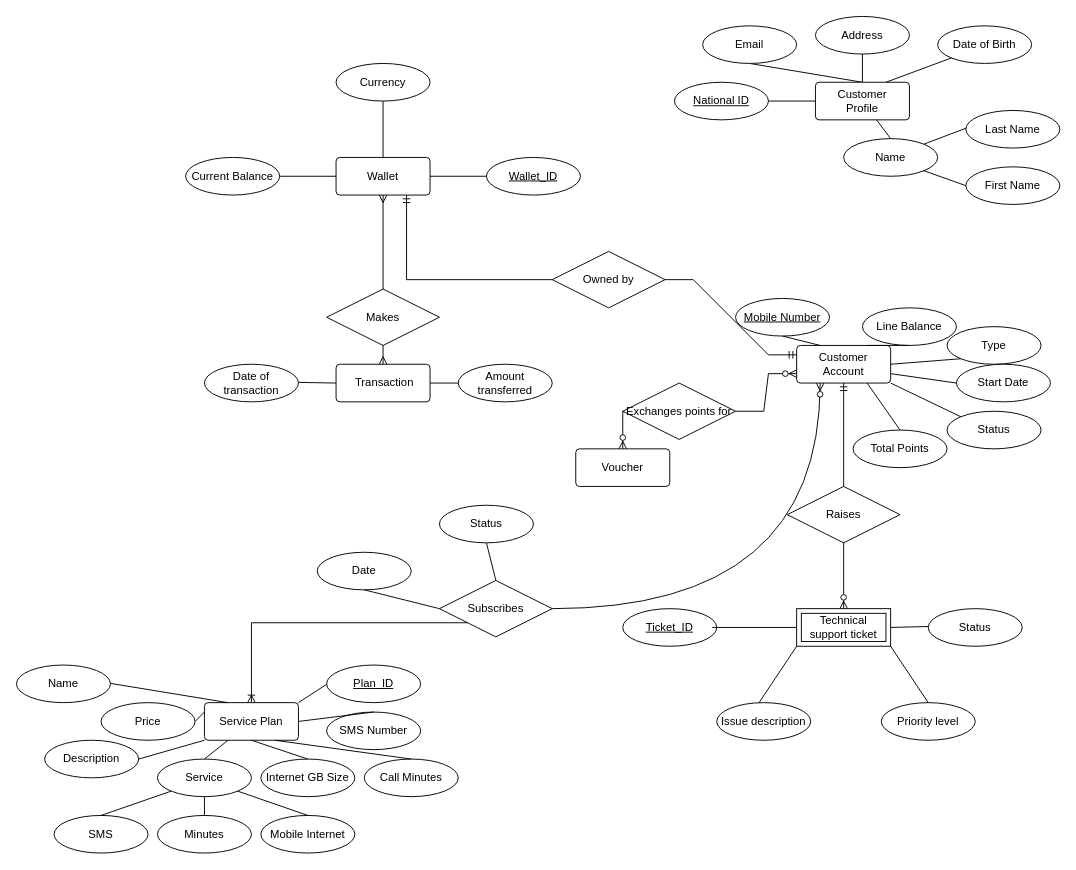
Earlier version of the draw.io diagram Untitled Diagram.drawio (itsfadymate/Customer-Data-Management-System). Source tidied: cells renumbered, new cells numbered last; positions are measured from the earlier drawing's top-left corner, leaving out a move shared by most shapes. Both pictures are drawn from the tidied source at 94%, with x=0, y=0 at pixel (16, 16).
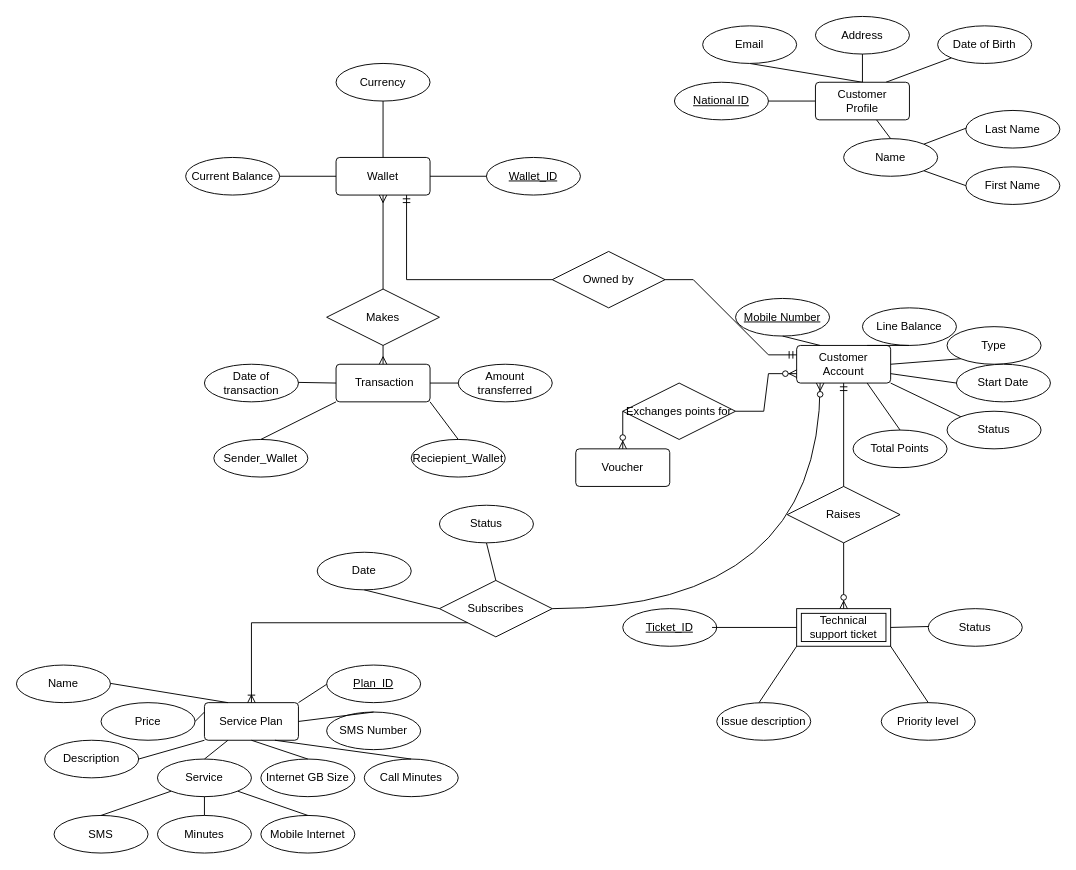
The same diagram, later.

Commit message:
transaction attributes

The change refers to these unchanged cells:
```xml
<mxCell id="15" value="&amp;nbsp;Transaction" style="rounded=1;arcSize=10;whiteSpace=wrap;html=1;align=center;" parent="1" vertex="1">
  <mxGeometry x="340" y="370" width="100" height="40" as="geometry" />
</mxCell>
```

Diff of the diagram source:
```diff
@@
+    <mxCell id="96" value="Sender_Wallet" style="ellipse;whiteSpace=wrap;html=1;align=center;" parent="1" vertex="1">
+      <mxGeometry x="210" y="450" width="100" height="40" as="geometry" />
+    </mxCell>
+    <mxCell id="97" value="Reciepient_Wallet" style="ellipse;whiteSpace=wrap;html=1;align=center;" parent="1" vertex="1">
+      <mxGeometry x="420" y="450" width="100" height="40" as="geometry" />
+    </mxCell>
+    <mxCell id="98" style="endArrow=none;html=1;rounded=0;entryX=0;entryY=1;entryDx=0;entryDy=0;" parent="1" edge="1" target="15">
+      <mxGeometry relative="1" as="geometry">
+        <mxPoint x="260" y="450" as="sourcePoint" />
+      </mxGeometry>
+    </mxCell>
+    <mxCell id="99" style="endArrow=none;html=1;rounded=0;entryX=0.5;entryY=0;entryDx=0;entryDy=0;exitX=1;exitY=1;exitDx=0;exitDy=0;" parent="1" edge="1" source="15" target="97">
+      <mxGeometry relative="1" as="geometry" />
+    </mxCell>
```
